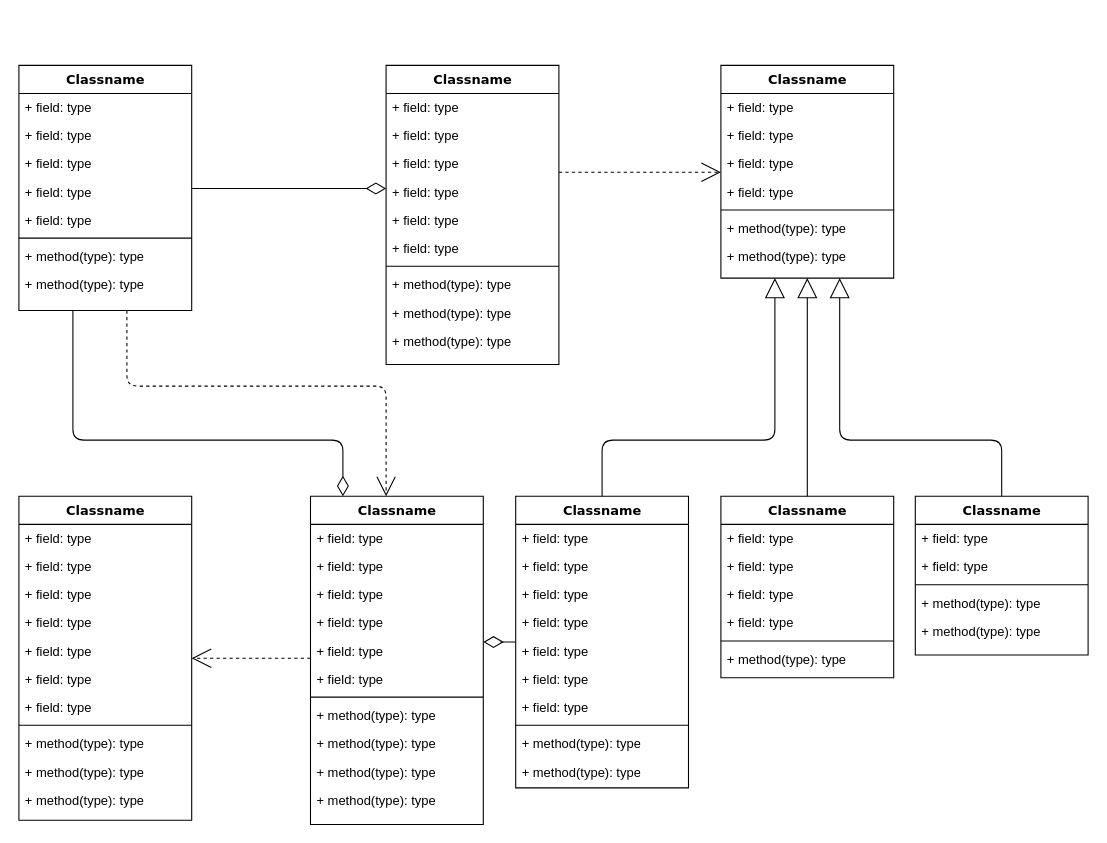
Above: Untitled Diagram.drawio in ahmedelarabykhaled/recyclean (draw.io), before the change. Source tidied: cells renumbered, new cells numbered last; positions are measured from the earlier drawing's top-left corner, leaving out a move shared by most shapes. Both pictures are drawn from the tidied source at 108%, with x=0, y=0 at pixel (18, 65).
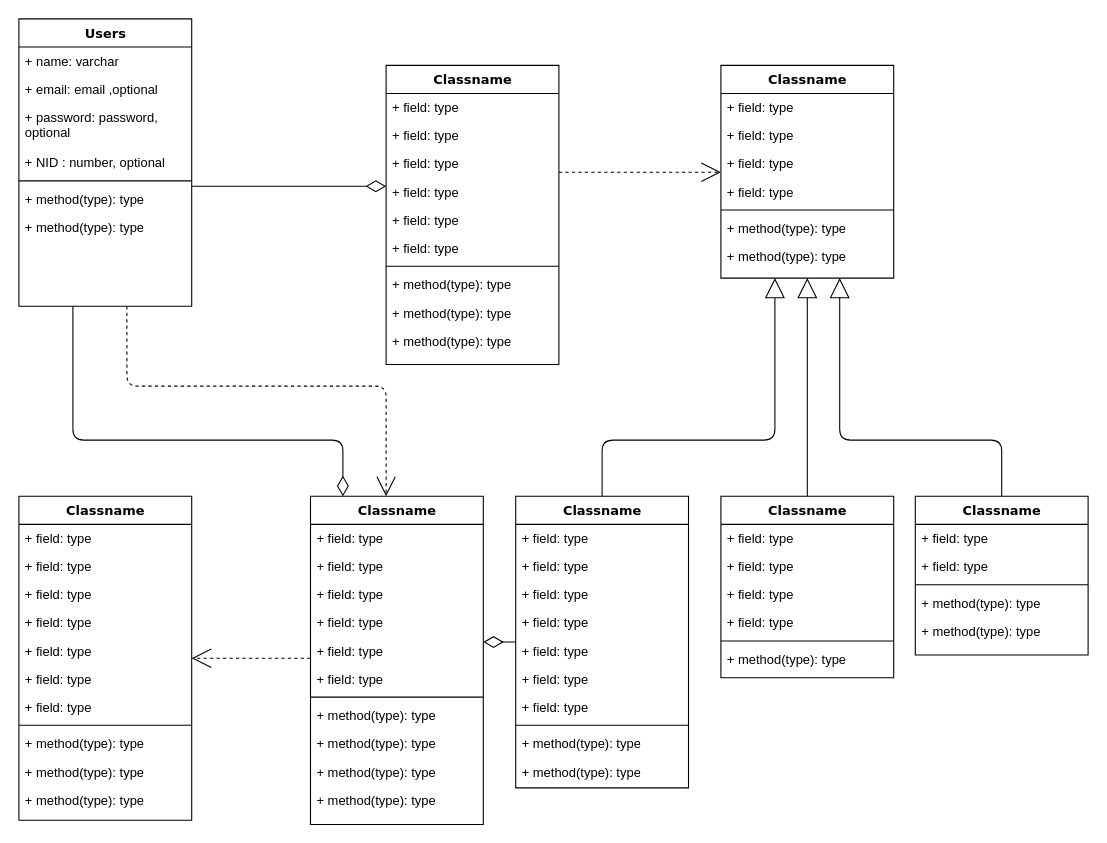
Above is the later version.

Diff of the diagram source:
```diff
@@
-    <mxCell id="4" value="Classname" style="swimlane;html=1;fontStyle=1;align=center;verticalAlign=top;horizontal=1;startSize=26;swimlaneFillColor=#ffffff;rounded=0;shadow=0;comic=0;labelBackgroundColor=none;strokeWidth=1;fillColor=none;fontFamily=Verdana;fontSize=12;" parent="1" vertex="1">
-      <mxGeometry width="160" height="227" as="geometry" />
+    <mxCell id="4" value="Users" style="swimlane;html=1;fontStyle=1;align=center;verticalAlign=top;horizontal=1;startSize=26;swimlaneFillColor=#ffffff;rounded=0;shadow=0;comic=0;labelBackgroundColor=none;strokeWidth=1;fillColor=none;fontFamily=Verdana;fontSize=12;" parent="1" vertex="1">
+      <mxGeometry y="-43" width="160" height="266" as="geometry" />
     </mxCell>
-    <mxCell id="5" value="+ field: type" style="text;html=1;strokeColor=none;fillColor=none;align=left;verticalAlign=top;spacingLeft=4;spacingRight=4;whiteSpace=wrap;overflow=hidden;" parent="4" vertex="1">
-      <mxGeometry y="26" width="160" height="26" as="geometry" />
-    </mxCell>
-    <mxCell id="6" value="+ field: type" style="text;html=1;strokeColor=none;fillColor=none;align=left;verticalAlign=top;spacingLeft=4;spacingRight=4;whiteSpace=wrap;overflow=hidden;" parent="4" vertex="1">
-      <mxGeometry y="52" width="160" height="26" as="geometry" />
+    <mxCell id="6" value="+ name: varchar" style="text;html=1;strokeColor=none;fillColor=none;align=left;verticalAlign=top;spacingLeft=4;spacingRight=4;whiteSpace=wrap;overflow=hidden;" parent="4" vertex="1">
+      <mxGeometry y="26" width="160" height="26" as="geometry" />
     </mxCell>
-    <mxCell id="7" value="+ field: type" style="text;html=1;strokeColor=none;fillColor=none;align=left;verticalAlign=top;spacingLeft=4;spacingRight=4;whiteSpace=wrap;overflow=hidden;" parent="4" vertex="1">
-      <mxGeometry y="78" width="160" height="26" as="geometry" />
+    <mxCell id="7" value="+ email: email ,optional&amp;nbsp;" style="text;html=1;strokeColor=none;fillColor=none;align=left;verticalAlign=top;spacingLeft=4;spacingRight=4;whiteSpace=wrap;overflow=hidden;" parent="4" vertex="1">
+      <mxGeometry y="52" width="160" height="26" as="geometry" />
     </mxCell>
-    <mxCell id="8" value="+ field: type" style="text;html=1;strokeColor=none;fillColor=none;align=left;verticalAlign=top;spacingLeft=4;spacingRight=4;whiteSpace=wrap;overflow=hidden;" parent="4" vertex="1">
-      <mxGeometry y="104" width="160" height="26" as="geometry" />
+    <mxCell id="8" value="+ password: password, optional" style="text;html=1;strokeColor=none;fillColor=none;align=left;verticalAlign=top;spacingLeft=4;spacingRight=4;whiteSpace=wrap;overflow=hidden;" parent="4" vertex="1">
+      <mxGeometry y="78" width="160" height="42" as="geometry" />
     </mxCell>
-    <mxCell id="9" value="+ field: type" style="text;html=1;strokeColor=none;fillColor=none;align=left;verticalAlign=top;spacingLeft=4;spacingRight=4;whiteSpace=wrap;overflow=hidden;" parent="4" vertex="1">
-      <mxGeometry y="130" width="160" height="26" as="geometry" />
+    <mxCell id="9" value="+ NID : number, optional" style="text;html=1;strokeColor=none;fillColor=none;align=left;verticalAlign=top;spacingLeft=4;spacingRight=4;whiteSpace=wrap;overflow=hidden;" parent="4" vertex="1">
+      <mxGeometry y="120" width="160" height="26" as="geometry" />
     </mxCell>
     <mxCell id="10" style="line;html=1;strokeWidth=1;fillColor=none;align=left;verticalAlign=middle;spacingTop=-1;spacingLeft=3;spacingRight=3;labelPosition=right;" parent="4" vertex="1">
-      <mxGeometry y="156" width="160" height="8" as="geometry" />
+      <mxGeometry y="146" width="160" height="8" as="geometry" />
     </mxCell>
     <mxCell id="11" value="+ method(type): type" style="text;html=1;strokeColor=none;fillColor=none;align=left;verticalAlign=top;spacingLeft=4;spacingRight=4;whiteSpace=wrap;overflow=hidden;" parent="4" vertex="1">
-      <mxGeometry y="164" width="160" height="26" as="geometry" />
+      <mxGeometry y="154" width="160" height="26" as="geometry" />
     </mxCell>
     <mxCell id="12" value="+ method(type): type" style="text;html=1;strokeColor=none;fillColor=none;align=left;verticalAlign=top;spacingLeft=4;spacingRight=4;whiteSpace=wrap;overflow=hidden;" parent="4" vertex="1">
-      <mxGeometry y="190" width="160" height="26" as="geometry" />
+      <mxGeometry y="180" width="160" height="26" as="geometry" />
     </mxCell>
```
